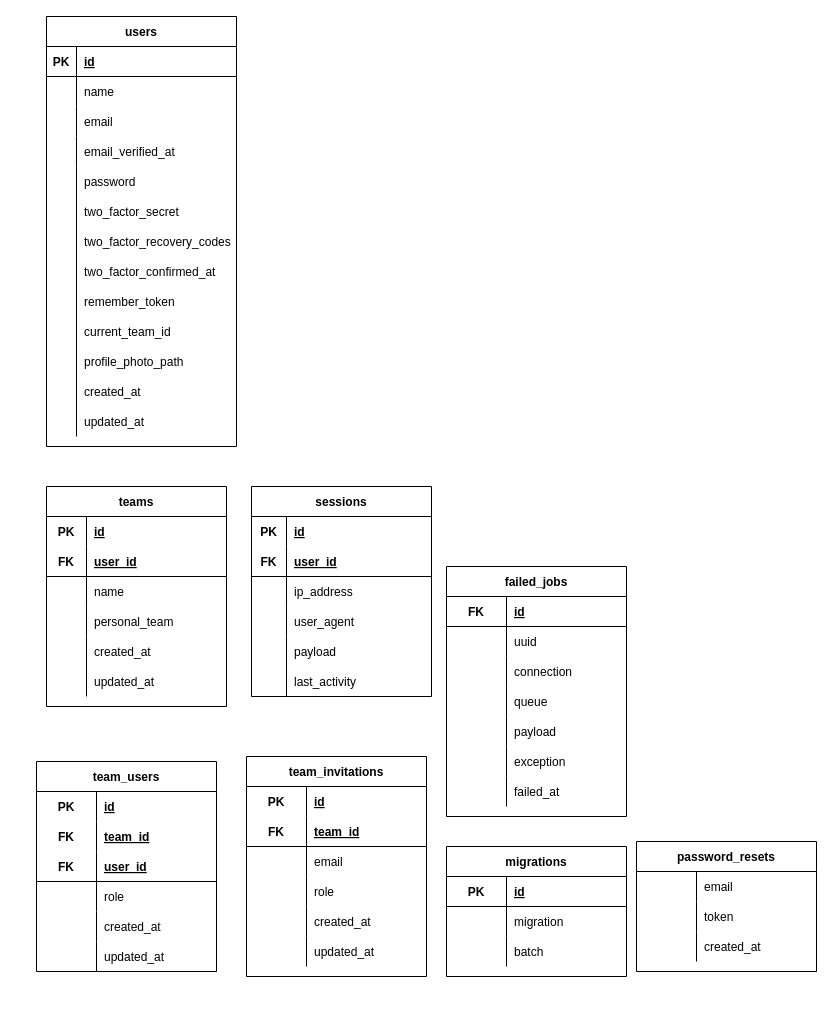
Above: BD_MEMLA.drawio in harlock/Diagramas (draw.io), before the change. Source tidied: cells renumbered, new cells numbered last; positions are measured from the earlier drawing's top-left corner, leaving out a move shared by most shapes. Both pictures are drawn from the tidied source at 100%, with x=0, y=0 at pixel (36, 16).
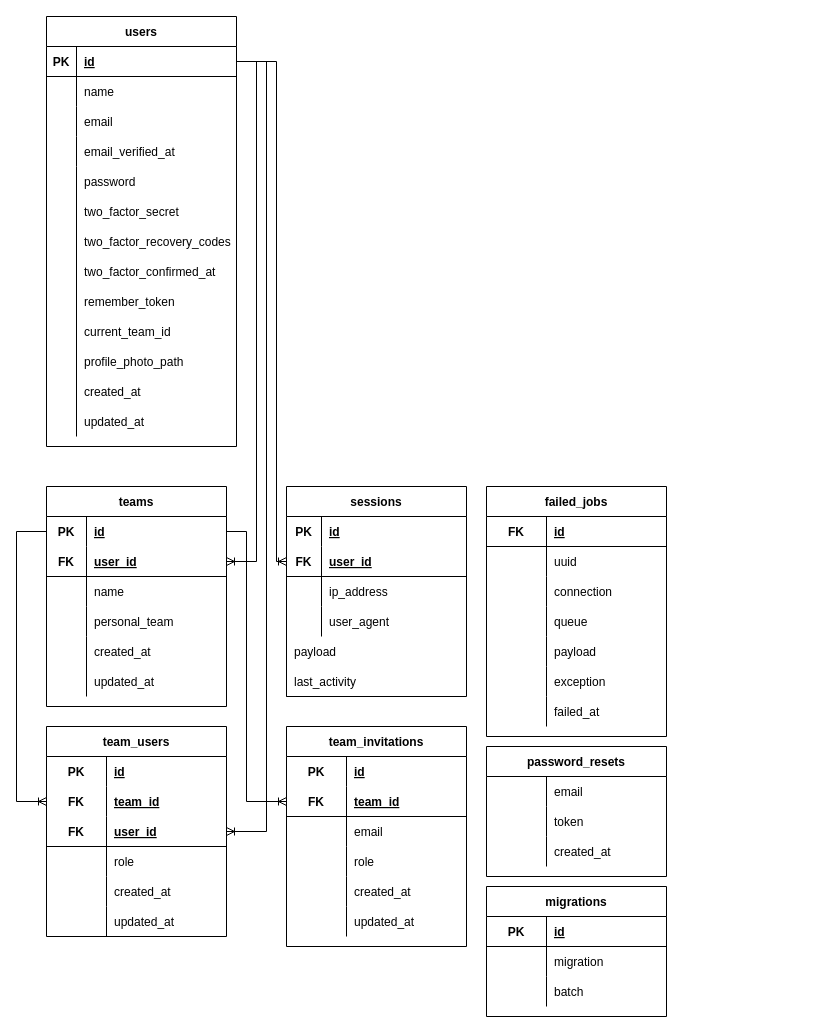
After the change.

The change refers to these unchanged cells:
```xml
<mxCell id="3" style="shape=tableRow;horizontal=0;startSize=0;swimlaneHead=0;swimlaneBody=0;fillColor=none;points=[[0,0.5],[1,0.5]];portConstraint=eastwest;top=0;left=0;right=0;bottom=1;" parent="2" vertex="1">
  <mxGeometry y="30" width="190" height="30" as="geometry" />
</mxCell>
<mxCell id="26" style="shape=tableRow;horizontal=0;startSize=0;swimlaneHead=0;swimlaneBody=0;fillColor=none;points=[[0,0.5],[1,0.5]];portConstraint=eastwest;top=0;left=0;right=0;bottom=0;" parent="25" vertex="1">
  <mxGeometry y="30" width="180" height="30" as="geometry" />
</mxCell>
<mxCell id="29" style="shape=tableRow;horizontal=0;startSize=0;swimlaneHead=0;swimlaneBody=0;fillColor=none;points=[[0,0.5],[1,0.5]];portConstraint=eastwest;top=0;left=0;right=0;bottom=1;" parent="25" vertex="1">
  <mxGeometry y="60" width="180" height="30" as="geometry" />
</mxCell>
<mxCell id="44" style="shape=tableRow;horizontal=0;startSize=0;swimlaneHead=0;swimlaneBody=0;fillColor=none;points=[[0,0.5],[1,0.5]];portConstraint=eastwest;top=0;left=0;right=0;bottom=1;" parent="40" vertex="1">
  <mxGeometry y="60" width="180" height="30" as="geometry" />
</mxCell>
<mxCell id="58" style="shape=tableRow;horizontal=0;startSize=0;swimlaneHead=0;swimlaneBody=0;fillColor=none;points=[[0,0.5],[1,0.5]];portConstraint=eastwest;top=0;left=0;right=0;bottom=0;" parent="54" vertex="1">
  <mxGeometry y="60" width="180" height="30" as="geometry" />
</mxCell>
<mxCell id="61" style="shape=tableRow;horizontal=0;startSize=0;swimlaneHead=0;swimlaneBody=0;fillColor=none;points=[[0,0.5],[1,0.5]];portConstraint=eastwest;top=0;left=0;right=0;bottom=1;" parent="54" vertex="1">
  <mxGeometry y="90" width="180" height="30" as="geometry" />
</mxCell>
<mxCell id="77" style="shape=tableRow;horizontal=0;startSize=0;swimlaneHead=0;swimlaneBody=0;fillColor=none;points=[[0,0.5],[1,0.5]];portConstraint=eastwest;top=0;left=0;right=0;bottom=1;" parent="73" vertex="1">
  <mxGeometry y="60" width="180" height="30" as="geometry" />
</mxCell>
```

Diff of the diagram source:
```diff
@@
     <mxCell id="40" value="sessions" style="shape=table;startSize=30;childLayout=tableLayout;rowLines=0;fontStyle=1;align=center;" parent="1" vertex="1">
-      <mxGeometry x="215" y="470" width="180" height="210" as="geometry" />
+      <mxGeometry x="250" y="470" width="180" height="210" as="geometry" />
     </mxCell>
@@
     <mxCell id="54" value="team_users" style="shape=table;startSize=30;childLayout=tableLayout;rowLines=0;fontStyle=1;align=center;" parent="1" vertex="1">
-      <mxGeometry y="745" width="180" height="210" as="geometry" />
+      <mxGeometry x="10" y="710" width="180" height="210" as="geometry" />
     </mxCell>
@@
     <mxCell id="73" value="team_invitations" style="shape=table;startSize=30;childLayout=tableLayout;rowLines=0;fontStyle=1;align=center;" parent="1" vertex="1">
-      <mxGeometry x="210" y="740" width="180" height="220" as="geometry" />
+      <mxGeometry x="250" y="710" width="180" height="220" as="geometry" />
     </mxCell>
@@
     <mxCell id="92" value="migrations" style="shape=table;startSize=30;childLayout=tableLayout;rowLines=0;fontStyle=1;align=center;" parent="1" vertex="1">
-      <mxGeometry x="410" y="830" width="180" height="130" as="geometry" />
+      <mxGeometry x="450" y="870" width="180" height="130" as="geometry" />
     </mxCell>
@@
     <mxCell id="102" value="password_resets" style="shape=table;startSize=30;childLayout=tableLayout;rowLines=0;fontStyle=1;align=center;" parent="1" vertex="1">
-      <mxGeometry x="600" y="825" width="180" height="130" as="geometry" />
+      <mxGeometry x="450" y="730" width="180" height="130" as="geometry" />
     </mxCell>
@@
     <mxCell id="112" value="failed_jobs" style="shape=table;startSize=30;childLayout=tableLayout;rowLines=0;fontStyle=1;align=center;" parent="1" vertex="1">
-      <mxGeometry x="410" y="550" width="180" height="250" as="geometry" />
+      <mxGeometry x="450" y="470" width="180" height="250" as="geometry" />
     </mxCell>
@@
+    <mxCell id="137" style="fontSize=12;html=1;endArrow=ERoneToMany;rounded=0;exitX=1;exitY=0.5;exitDx=0;exitDy=0;edgeStyle=elbowEdgeStyle;entryX=1;entryY=0.5;entryDx=0;entryDy=0;" parent="1" edge="1" source="3" target="29">
+      <mxGeometry relative="1" as="geometry">
+        <Array as="points">
+          <mxPoint x="220" y="320" />
+          <mxPoint x="220" y="420" />
+        </Array>
+      </mxGeometry>
+    </mxCell>
@@
+    <mxCell id="138" style="fontSize=12;html=1;endArrow=ERoneToMany;rounded=0;exitX=1;exitY=0.5;exitDx=0;exitDy=0;edgeStyle=elbowEdgeStyle;entryX=0;entryY=0.5;entryDx=0;entryDy=0;" parent="1" edge="1" source="3" target="44">
+      <mxGeometry relative="1" as="geometry">
+        <Array as="points">
+          <mxPoint x="240" y="300" />
+        </Array>
+      </mxGeometry>
+    </mxCell>
@@
+    <mxCell id="139" style="fontSize=12;html=1;endArrow=ERoneToMany;rounded=0;exitX=1;exitY=0.5;exitDx=0;exitDy=0;edgeStyle=elbowEdgeStyle;" parent="1" edge="1" source="3" target="61">
+      <mxGeometry relative="1" as="geometry">
+        <Array as="points">
+          <mxPoint x="230" y="420" />
+          <mxPoint x="230" y="430" />
+        </Array>
+      </mxGeometry>
+    </mxCell>
@@
+    <mxCell id="140" style="fontSize=12;html=1;endArrow=ERoneToMany;rounded=0;edgeStyle=elbowEdgeStyle;" parent="1" edge="1" source="26" target="58">
+      <mxGeometry relative="1" as="geometry">
+        <Array as="points">
+          <mxPoint x="-20" y="630" />
+          <mxPoint x="230" y="660" />
+        </Array>
+      </mxGeometry>
+    </mxCell>
+    <mxCell id="141" style="fontSize=12;html=1;endArrow=ERoneToMany;rounded=0;edgeStyle=elbowEdgeStyle;exitX=1;exitY=0.5;exitDx=0;exitDy=0;entryX=0;entryY=0.5;entryDx=0;entryDy=0;" parent="1" edge="1" source="26" target="77">
+      <mxGeometry relative="1" as="geometry">
+        <Array as="points">
+          <mxPoint x="210" y="660" />
+          <mxPoint x="240" y="670" />
+        </Array>
+      </mxGeometry>
+    </mxCell>
```
